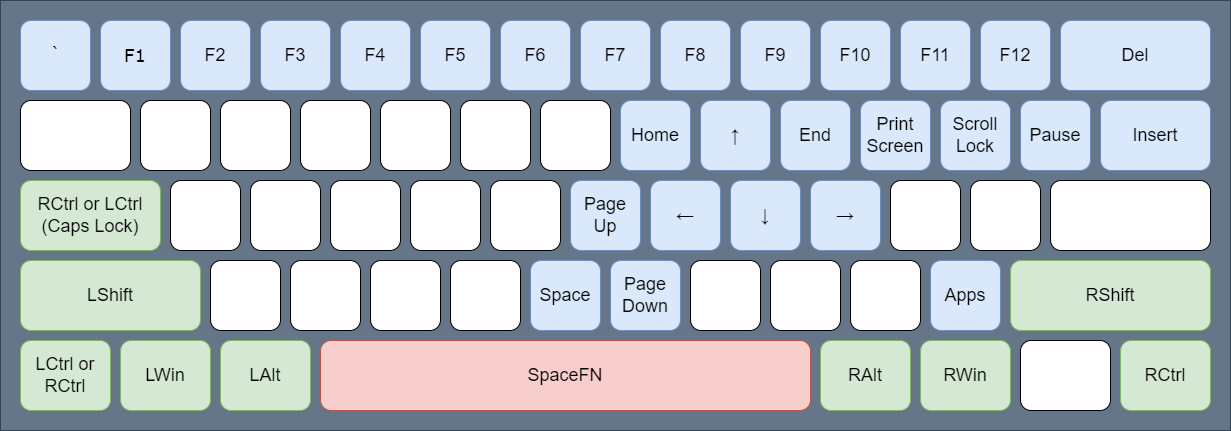
Above: fakeymacs_extensions/space_fn/SpaceFN_layout/SpaceFN_layout.png in smzht/fakeymacs (draw.io), before the change. Source tidied: cells renumbered, new cells last; positions are measured from the earlier drawing's top-left corner, leaving out a move shared by most shapes.
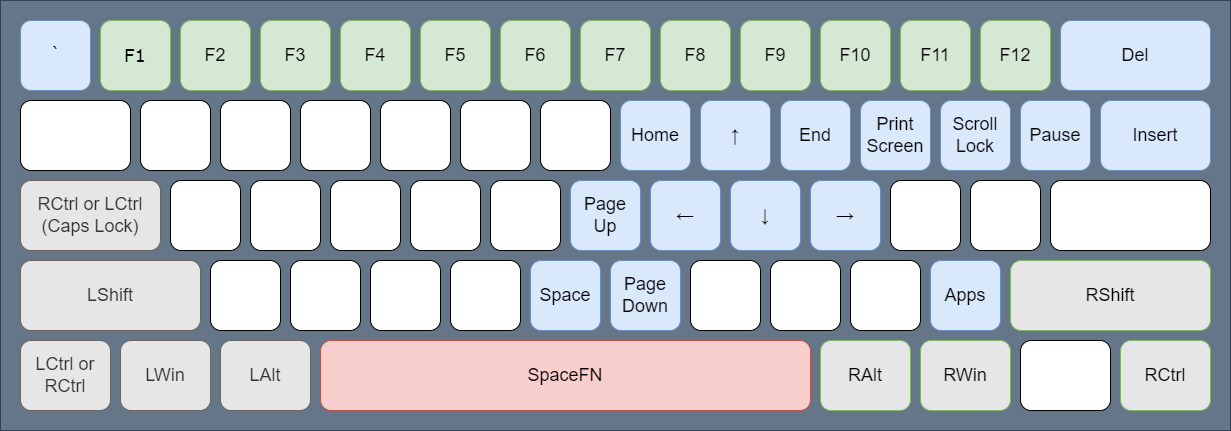
After the commit.

Commit message:
レイアウト図および説明文の見直し

Diff of the diagram source:
```diff
@@ -5,43 +5,43 @@
     <mxCell id="2" style="rounded=0;whiteSpace=wrap;html=1;fillColor=#647687;strokeColor=#314354;fontColor=#ffffff;fontStyle=0;" parent="1" vertex="1">
       <mxGeometry width="1230" height="430" as="geometry" />
     </mxCell>
-    <mxCell id="3" value="F3" style="rounded=1;whiteSpace=wrap;html=1;fontSize=18;fillColor=#dae8fc;strokeColor=#6c8ebf;fontStyle=0;" parent="1" vertex="1">
+    <mxCell id="3" value="F3" style="rounded=1;whiteSpace=wrap;html=1;fontSize=18;fillColor=#d5e8d4;strokeColor=#82b366;fontStyle=0;" parent="1" vertex="1">
       <mxGeometry x="260" y="20" width="70" height="70" as="geometry" />
     </mxCell>
-    <mxCell id="4" value="F4" style="rounded=1;whiteSpace=wrap;html=1;fontSize=18;fillColor=#dae8fc;strokeColor=#6c8ebf;fontStyle=0;" parent="1" vertex="1">
+    <mxCell id="4" value="F4" style="rounded=1;whiteSpace=wrap;html=1;fontSize=18;fillColor=#d5e8d4;strokeColor=#82b366;fontStyle=0;" parent="1" vertex="1">
       <mxGeometry x="340" y="20" width="70" height="70" as="geometry" />
     </mxCell>
-    <mxCell id="5" value="F5" style="rounded=1;whiteSpace=wrap;html=1;fontSize=18;fillColor=#dae8fc;strokeColor=#6c8ebf;fontStyle=0;" parent="1" vertex="1">
+    <mxCell id="5" value="F5" style="rounded=1;whiteSpace=wrap;html=1;fontSize=18;fillColor=#d5e8d4;strokeColor=#82b366;fontStyle=0;" parent="1" vertex="1">
       <mxGeometry x="420" y="20" width="70" height="70" as="geometry" />
     </mxCell>
-    <mxCell id="6" value="F6" style="rounded=1;whiteSpace=wrap;html=1;fontSize=18;fillColor=#dae8fc;strokeColor=#6c8ebf;fontStyle=0;" parent="1" vertex="1">
+    <mxCell id="6" value="F6" style="rounded=1;whiteSpace=wrap;html=1;fontSize=18;fillColor=#d5e8d4;strokeColor=#82b366;fontStyle=0;" parent="1" vertex="1">
       <mxGeometry x="500" y="20" width="70" height="70" as="geometry" />
     </mxCell>
-    <mxCell id="7" value="F7" style="rounded=1;whiteSpace=wrap;html=1;fontSize=18;fillColor=#dae8fc;strokeColor=#6c8ebf;fontStyle=0;" parent="1" vertex="1">
+    <mxCell id="7" value="F7" style="rounded=1;whiteSpace=wrap;html=1;fontSize=18;fillColor=#d5e8d4;strokeColor=#82b366;fontStyle=0;" parent="1" vertex="1">
       <mxGeometry x="580" y="20" width="70" height="70" as="geometry" />
     </mxCell>
-    <mxCell id="8" value="F8" style="rounded=1;whiteSpace=wrap;html=1;fontSize=18;fillColor=#dae8fc;strokeColor=#6c8ebf;fontStyle=0;" parent="1" vertex="1">
+    <mxCell id="8" value="F8" style="rounded=1;whiteSpace=wrap;html=1;fontSize=18;fillColor=#d5e8d4;strokeColor=#82b366;fontStyle=0;" parent="1" vertex="1">
       <mxGeometry x="660" y="20" width="70" height="70" as="geometry" />
     </mxCell>
-    <mxCell id="9" value="F9" style="rounded=1;whiteSpace=wrap;html=1;fontSize=18;fillColor=#dae8fc;strokeColor=#6c8ebf;fontStyle=0;" parent="1" vertex="1">
+    <mxCell id="9" value="F9" style="rounded=1;whiteSpace=wrap;html=1;fontSize=18;fillColor=#d5e8d4;strokeColor=#82b366;fontStyle=0;" parent="1" vertex="1">
       <mxGeometry x="740" y="20" width="70" height="70" as="geometry" />
     </mxCell>
-    <mxCell id="10" value="F10" style="rounded=1;whiteSpace=wrap;html=1;fontSize=18;fillColor=#dae8fc;strokeColor=#6c8ebf;fontStyle=0;" parent="1" vertex="1">
+    <mxCell id="10" value="F10" style="rounded=1;whiteSpace=wrap;html=1;fontSize=18;fillColor=#d5e8d4;strokeColor=#82b366;fontStyle=0;" parent="1" vertex="1">
       <mxGeometry x="820" y="20" width="70" height="70" as="geometry" />
     </mxCell>
-    <mxCell id="11" value="F11" style="rounded=1;whiteSpace=wrap;html=1;fontSize=18;fillColor=#dae8fc;strokeColor=#6c8ebf;fontStyle=0;" parent="1" vertex="1">
+    <mxCell id="11" value="F11" style="rounded=1;whiteSpace=wrap;html=1;fontSize=18;fillColor=#d5e8d4;strokeColor=#82b366;fontStyle=0;" parent="1" vertex="1">
       <mxGeometry x="900" y="20" width="70" height="70" as="geometry" />
     </mxCell>
-    <mxCell id="12" value="F2" style="rounded=1;whiteSpace=wrap;html=1;fontSize=18;fillColor=#dae8fc;strokeColor=#6c8ebf;fontStyle=0;" parent="1" vertex="1">
+    <mxCell id="12" value="F2" style="rounded=1;whiteSpace=wrap;html=1;fontSize=18;fillColor=#d5e8d4;strokeColor=#82b366;fontStyle=0;" parent="1" vertex="1">
       <mxGeometry x="180" y="20" width="70" height="70" as="geometry" />
     </mxCell>
-    <mxCell id="13" value="F1" style="rounded=1;whiteSpace=wrap;html=1;align=center;fontFamily=Verdana;fontSize=18;fillColor=#dae8fc;strokeColor=#6c8ebf;fontStyle=0;" parent="1" vertex="1">
+    <mxCell id="13" value="F1" style="rounded=1;whiteSpace=wrap;html=1;align=center;fontFamily=Verdana;fontSize=18;fillColor=#d5e8d4;strokeColor=#82b366;fontStyle=0;" parent="1" vertex="1">
       <mxGeometry x="100" y="20" width="70" height="70" as="geometry" />
     </mxCell>
     <mxCell id="14" value="｀" style="rounded=1;whiteSpace=wrap;html=1;fontSize=18;fillColor=#dae8fc;strokeColor=#6c8ebf;fontStyle=0;" parent="1" vertex="1">
       <mxGeometry x="20" y="20" width="70" height="70" as="geometry" />
     </mxCell>
-    <mxCell id="15" value="F12" style="rounded=1;whiteSpace=wrap;html=1;fontSize=18;fillColor=#dae8fc;strokeColor=#6c8ebf;fontStyle=0;" parent="1" vertex="1">
+    <mxCell id="15" value="F12" style="rounded=1;whiteSpace=wrap;html=1;fontSize=18;fillColor=#d5e8d4;strokeColor=#82b366;fontStyle=0;" parent="1" vertex="1">
       <mxGeometry x="980" y="20" width="70" height="70" as="geometry" />
     </mxCell>
     <mxCell id="16" value="Del" style="rounded=1;whiteSpace=wrap;html=1;fontSize=18;fillColor=#dae8fc;strokeColor=#6c8ebf;fontStyle=0;" parent="1" vertex="1">
@@ -143,7 +143,7 @@
     <mxCell id="48" value="Apps" style="rounded=1;whiteSpace=wrap;html=1;fontSize=18;fillColor=#dae8fc;strokeColor=#6c8ebf;fontStyle=0;" parent="1" vertex="1">
       <mxGeometry x="930" y="260" width="70" height="70" as="geometry" />
     </mxCell>
-    <mxCell id="49" value="RShift" style="rounded=1;whiteSpace=wrap;html=1;fontSize=18;fillColor=#d5e8d4;strokeColor=#82b366;fontStyle=0;" parent="1" vertex="1">
+    <mxCell id="49" value="RShift" style="rounded=1;whiteSpace=wrap;html=1;fontSize=18;fillColor=#E6E6E6;strokeColor=#82b366;fontStyle=0;" parent="1" vertex="1">
       <mxGeometry x="1010" y="260" width="200" height="70" as="geometry" />
     </mxCell>
     <mxCell id="50" style="rounded=1;whiteSpace=wrap;html=1;fontSize=18;fontStyle=0;" parent="1" vertex="1">
@@ -158,34 +158,34 @@
     <mxCell id="53" style="rounded=1;whiteSpace=wrap;html=1;fontSize=18;fontStyle=0;" parent="1" vertex="1">
       <mxGeometry x="20" y="100" width="110" height="70" as="geometry" />
     </mxCell>
-    <mxCell id="54" value="RCtrl or LCtrl&lt;br&gt;(Caps Lock)" style="rounded=1;whiteSpace=wrap;html=1;fontSize=18;fillColor=#d5e8d4;strokeColor=#82b366;fontStyle=0;" parent="1" vertex="1">
+    <mxCell id="54" value="RCtrl or LCtrl&lt;br&gt;(Caps Lock)" style="rounded=1;whiteSpace=wrap;html=1;fontSize=18;fillColor=#E6E6E6;strokeColor=#666666;fontStyle=0;fontColor=#333333;" parent="1" vertex="1">
       <mxGeometry x="20" y="180" width="140" height="70" as="geometry" />
     </mxCell>
-    <mxCell id="55" value="LShift" style="rounded=1;whiteSpace=wrap;html=1;fontSize=18;fillColor=#d5e8d4;strokeColor=#82b366;fontStyle=0;" parent="1" vertex="1">
+    <mxCell id="55" value="LShift" style="rounded=1;whiteSpace=wrap;html=1;fontSize=18;fillColor=#E6E6E6;strokeColor=#666666;fontStyle=0;fontColor=#333333;" parent="1" vertex="1">
       <mxGeometry x="20" y="260" width="180" height="70" as="geometry" />
     </mxCell>
     <mxCell id="56" style="rounded=1;whiteSpace=wrap;html=1;fontSize=18;fontStyle=0;" parent="1" vertex="1">
       <mxGeometry x="450" y="260" width="70" height="70" as="geometry" />
     </mxCell>
-    <mxCell id="57" value="RCtrl" style="rounded=1;whiteSpace=wrap;html=1;fontSize=18;fillColor=#d5e8d4;strokeColor=#82b366;fontStyle=0;" parent="1" vertex="1">
+    <mxCell id="57" value="RCtrl" style="rounded=1;whiteSpace=wrap;html=1;fontSize=18;fillColor=#E6E6E6;strokeColor=#82b366;fontStyle=0;" parent="1" vertex="1">
       <mxGeometry x="1120" y="340" width="90" height="70" as="geometry" />
     </mxCell>
     <mxCell id="58" style="rounded=1;whiteSpace=wrap;html=1;fontSize=18;fontStyle=0;" parent="1" vertex="1">
       <mxGeometry x="1020" y="340" width="90" height="70" as="geometry" />
     </mxCell>
-    <mxCell id="59" value="RWin" style="rounded=1;whiteSpace=wrap;html=1;fontSize=18;fillColor=#d5e8d4;strokeColor=#82b366;fontStyle=0;" parent="1" vertex="1">
+    <mxCell id="59" value="RWin" style="rounded=1;whiteSpace=wrap;html=1;fontSize=18;fillColor=#E6E6E6;strokeColor=#82b366;fontStyle=0;" parent="1" vertex="1">
       <mxGeometry x="920" y="340" width="90" height="70" as="geometry" />
     </mxCell>
-    <mxCell id="60" value="RAlt" style="rounded=1;whiteSpace=wrap;html=1;fontSize=18;fillColor=#d5e8d4;strokeColor=#82b366;fontStyle=0;" parent="1" vertex="1">
+    <mxCell id="60" value="RAlt" style="rounded=1;whiteSpace=wrap;html=1;fontSize=18;fillColor=#E6E6E6;strokeColor=#82b366;fontStyle=0;" parent="1" vertex="1">
       <mxGeometry x="820" y="340" width="90" height="70" as="geometry" />
     </mxCell>
-    <mxCell id="61" value="LCtrl or&lt;br&gt;RCtrl" style="rounded=1;whiteSpace=wrap;html=1;fontSize=18;fillColor=#d5e8d4;strokeColor=#82b366;fontStyle=0;" parent="1" vertex="1">
+    <mxCell id="61" value="LCtrl or&lt;br&gt;RCtrl" style="rounded=1;whiteSpace=wrap;html=1;fontSize=18;fillColor=#E6E6E6;strokeColor=#666666;fontStyle=0;fontColor=#333333;" parent="1" vertex="1">
       <mxGeometry x="20" y="340" width="90" height="70" as="geometry" />
     </mxCell>
-    <mxCell id="62" value="LWin" style="rounded=1;whiteSpace=wrap;html=1;fontSize=18;fillColor=#d5e8d4;strokeColor=#82b366;fontStyle=0;" parent="1" vertex="1">
+    <mxCell id="62" value="LWin" style="rounded=1;whiteSpace=wrap;html=1;fontSize=18;fillColor=#E6E6E6;strokeColor=#666666;fontStyle=0;fontColor=#333333;" parent="1" vertex="1">
       <mxGeometry x="120" y="340" width="90" height="70" as="geometry" />
     </mxCell>
-    <mxCell id="63" value="LAlt" style="rounded=1;whiteSpace=wrap;html=1;fontSize=18;fillColor=#d5e8d4;strokeColor=#82b366;fontStyle=0;" parent="1" vertex="1">
+    <mxCell id="63" value="LAlt" style="rounded=1;whiteSpace=wrap;html=1;fontSize=18;fillColor=#E6E6E6;strokeColor=#666666;fontStyle=0;fontColor=#333333;" parent="1" vertex="1">
       <mxGeometry x="220" y="340" width="90" height="70" as="geometry" />
     </mxCell>
   </root>
```
